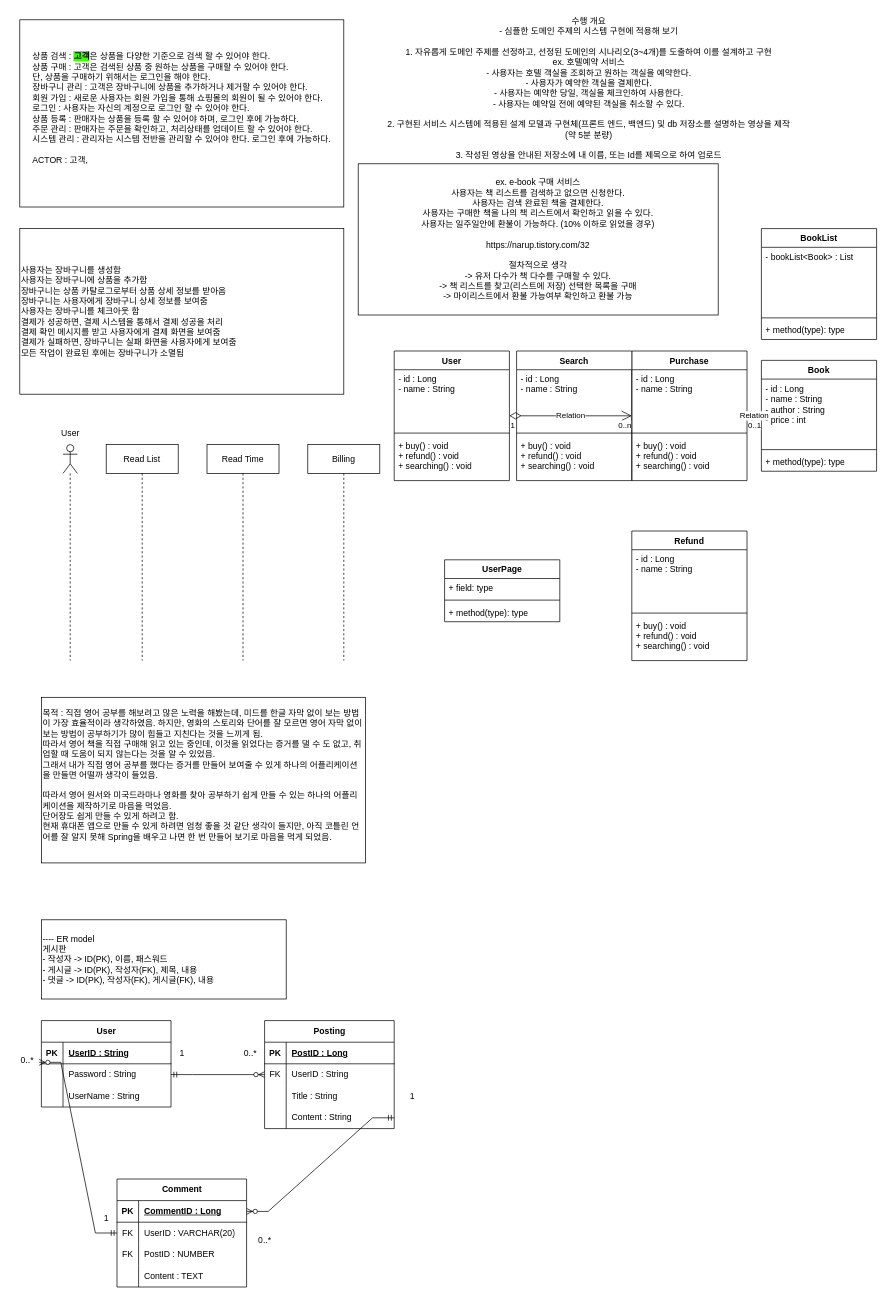
GyuminGomin/Architecture keeps this draw.io diagram as 제목 없는 다이어그램.drawio. Above is the earlier version. Source tidied: cells renumbered, new cells numbered last; positions are measured from the earlier drawing's top-left corner, leaving out a move shared by most shapes. Both pictures are drawn from the tidied source at 72%, with x=0, y=0 at pixel (-17, 12).
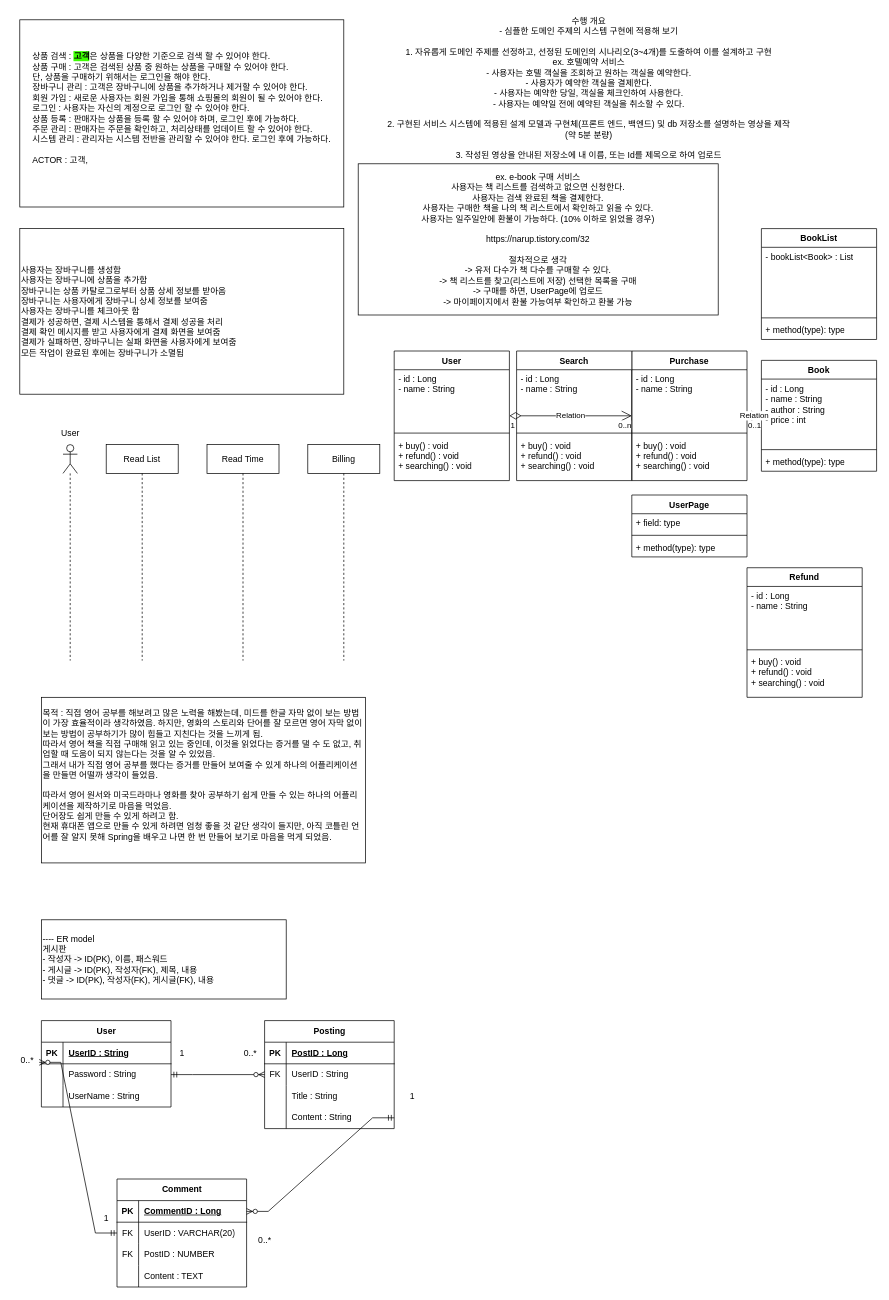
After the change.

Commit message:
제목 없는 다이어그램.drawio 업데이트

Change to the diagram source:
```diff
@@
-    <mxCell id="57" value="ex. e-book 구매 서비스&lt;br&gt;사용자는 책 리스트를 검색하고 없으면 신청한다.&lt;br&gt;사용자는 검색 완료된 책을 결제한다.&lt;br&gt;사용자는 구매한 책을 나의 책 리스트에서 확인하고 읽을 수 있다.&lt;br&gt;사용자는 일주일안에 환불이 가능하다. (10% 이하로 읽었을 경우)&lt;br&gt;&lt;br&gt;https://narup.tistory.com/32&lt;br&gt;&lt;br&gt;절차적으로 생각&lt;br&gt;-&amp;gt; 유저 다수가 책 다수를 구매할 수 있다.&lt;br&gt;-&amp;gt; 책 리스트를 찾고(리스트에 저장) 선택한 목록을 구매&lt;br&gt;-&amp;gt; 마이리스트에서 환불 가능여부 확인하고 환불 가능" style="rounded=0;whiteSpace=wrap;html=1;" parent="1" vertex="1">
+    <mxCell id="57" value="ex. e-book 구매 서비스&lt;br&gt;사용자는 책 리스트를 검색하고 없으면 신청한다.&lt;br&gt;사용자는 검색 완료된 책을 결제한다.&lt;br&gt;사용자는 구매한 책을 나의 책 리스트에서 확인하고 읽을 수 있다.&lt;br&gt;사용자는 일주일안에 환불이 가능하다. (10% 이하로 읽었을 경우)&lt;br&gt;&lt;br&gt;https://narup.tistory.com/32&lt;br&gt;&lt;br&gt;절차적으로 생각&lt;br&gt;-&amp;gt; 유저 다수가 책 다수를 구매할 수 있다.&lt;br&gt;-&amp;gt; 책 리스트를 찾고(리스트에 저장) 선택한 목록을 구매&lt;br&gt;-&amp;gt; 구매를 하면, UserPage에 업로드&lt;br&gt;-&amp;gt; 마이페이지에서 환불 가능여부 확인하고 환불 가능" style="rounded=0;whiteSpace=wrap;html=1;" parent="1" vertex="1">
       <mxGeometry x="520" y="210" width="500" height="210" as="geometry" />
     </mxCell>
@@
     <mxCell id="66" value="UserPage" style="swimlane;fontStyle=1;align=center;verticalAlign=top;horizontal=1;startSize=26;whiteSpace=wrap;html=1;" parent="1" vertex="1">
-      <mxGeometry x="640" y="760" width="160" height="86" as="geometry" />
+      <mxGeometry x="900" y="670" width="160" height="86" as="geometry" />
     </mxCell>
@@
     <mxCell id="84" value="Refund" style="swimlane;fontStyle=1;align=center;verticalAlign=top;horizontal=1;startSize=26;whiteSpace=wrap;html=1;" parent="1" vertex="1">
-      <mxGeometry x="900" y="720" width="160" height="180" as="geometry" />
+      <mxGeometry x="1060" y="771" width="160" height="180" as="geometry" />
     </mxCell>
```
